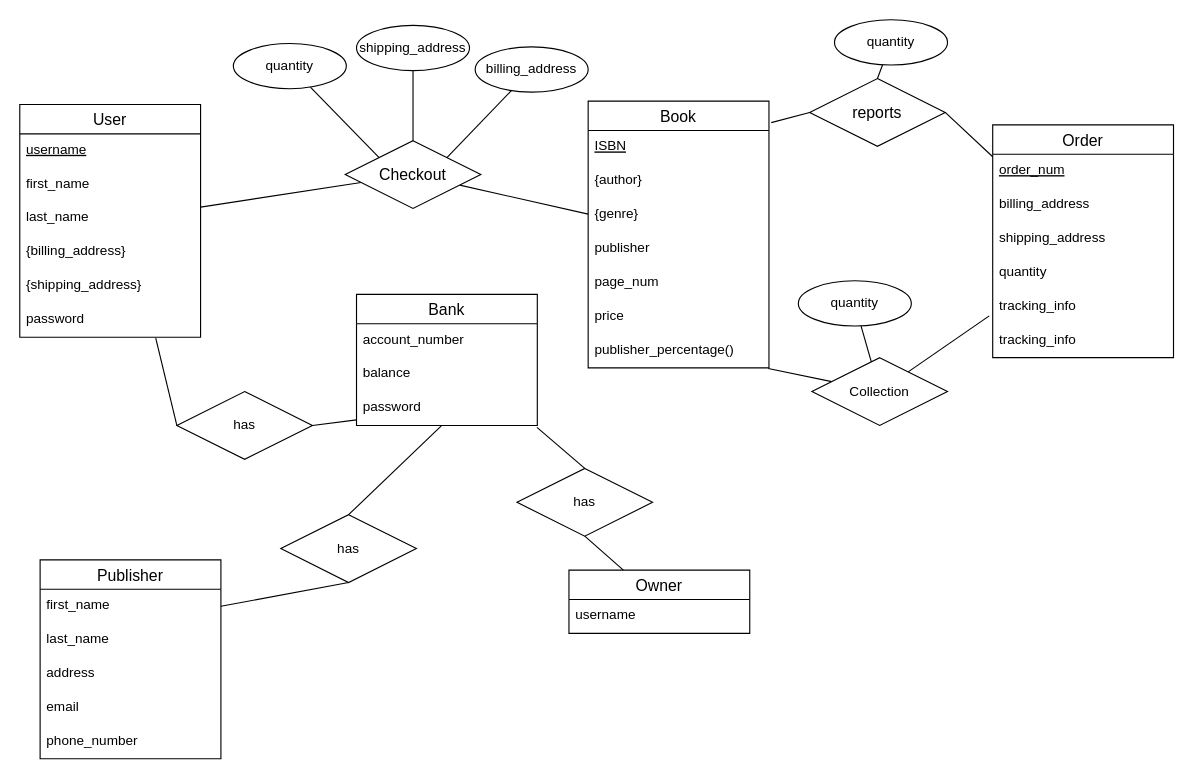
The draw.io diagram Diagrams/2.2. Reduction to Relation Schemas.drawio in MiniEinsteinD/BookStore, before the edit. Source tidied: cells renumbered, new cells numbered last; positions are measured from the earlier drawing's top-left corner, leaving out a move shared by most shapes. Both pictures are drawn from the tidied source at 113%, with x=0, y=0 at pixel (19, 19).
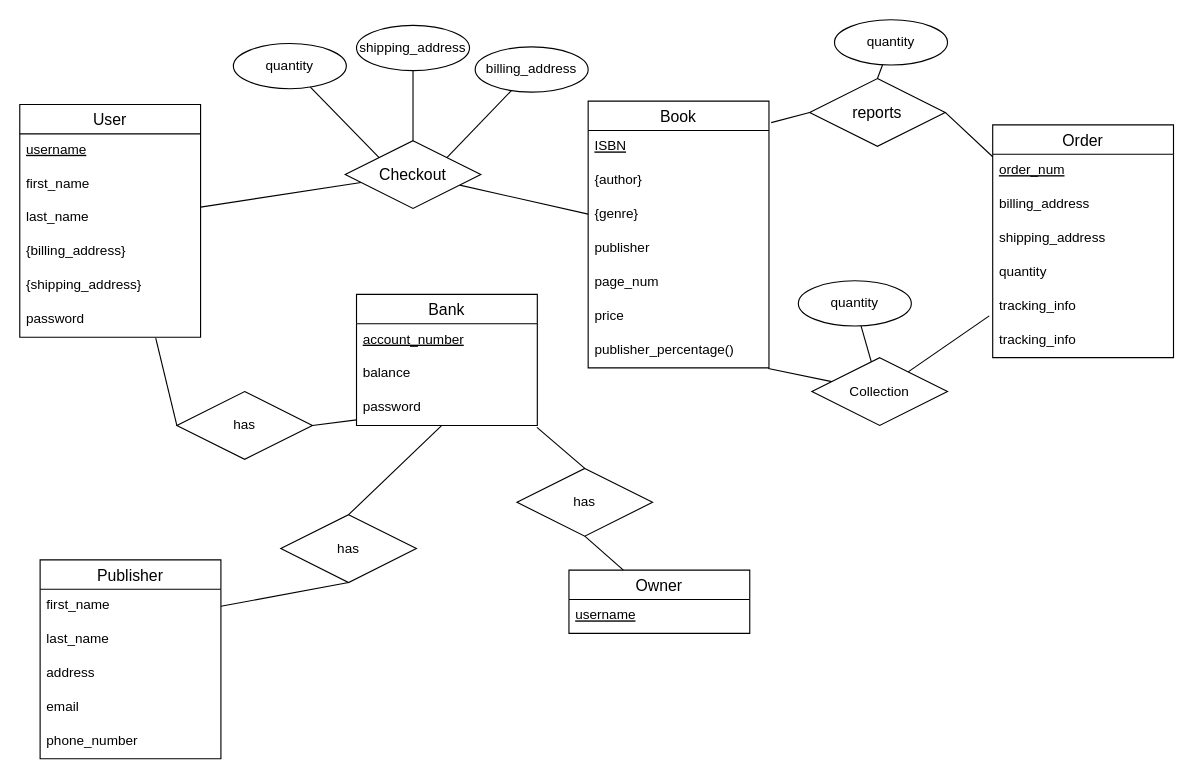
The same diagram, later.

The change refers to these unchanged cells:
```xml
<mxCell id="38" value="Owner" style="swimlane;fontStyle=0;horizontal=1;startSize=26;align=center;fontSize=14;fontColor=default;" parent="1" vertex="1">
  <mxGeometry x="486" y="487" width="160" height="56" as="geometry" />
</mxCell>
<mxCell id="40" value="Bank" style="swimlane;fontStyle=0;horizontal=1;startSize=26;align=center;fontSize=14;fontColor=default;" parent="1" vertex="1">
  <mxGeometry x="298" y="243" width="160" height="116" as="geometry" />
</mxCell>
```

Diff of the diagram source:
```diff
@@
-    <mxCell id="39" value="username" style="text;strokeColor=none;fillColor=none;spacingLeft=4;spacingRight=4;overflow=hidden;fontSize=12;fontColor=default;" parent="38" vertex="1">
+    <mxCell id="39" value="username" style="text;strokeColor=none;fillColor=none;spacingLeft=4;spacingRight=4;overflow=hidden;fontSize=12;fontColor=default;fontStyle=4;" parent="38" vertex="1">
       <mxGeometry y="26" width="160" height="30" as="geometry" />
     </mxCell>
@@
-    <mxCell id="41" value="account_number" style="text;strokeColor=none;fillColor=none;spacingLeft=4;spacingRight=4;overflow=hidden;fontSize=12;fontColor=default;" parent="40" vertex="1">
+    <mxCell id="41" value="account_number" style="text;strokeColor=none;fillColor=none;spacingLeft=4;spacingRight=4;overflow=hidden;fontSize=12;fontColor=default;fontStyle=4;" parent="40" vertex="1">
       <mxGeometry y="26" width="160" height="30" as="geometry" />
     </mxCell>
```
